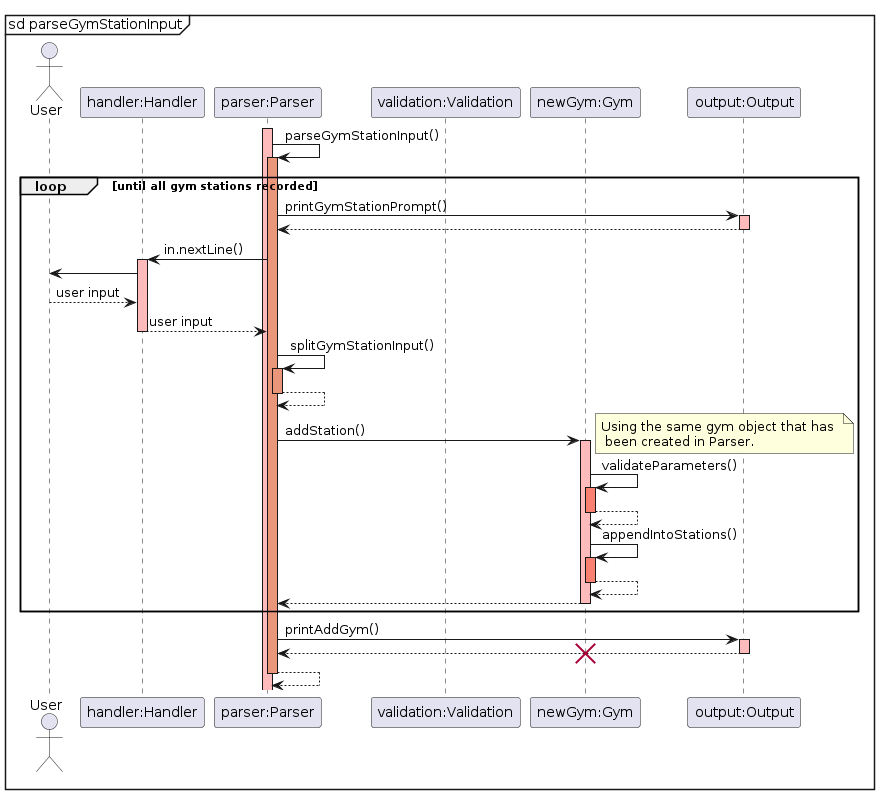
Above: docs/img/sequence_diagrams/gym_station_sequence_diagram.png in rouvinerh/tp (PlantUML), before the change.
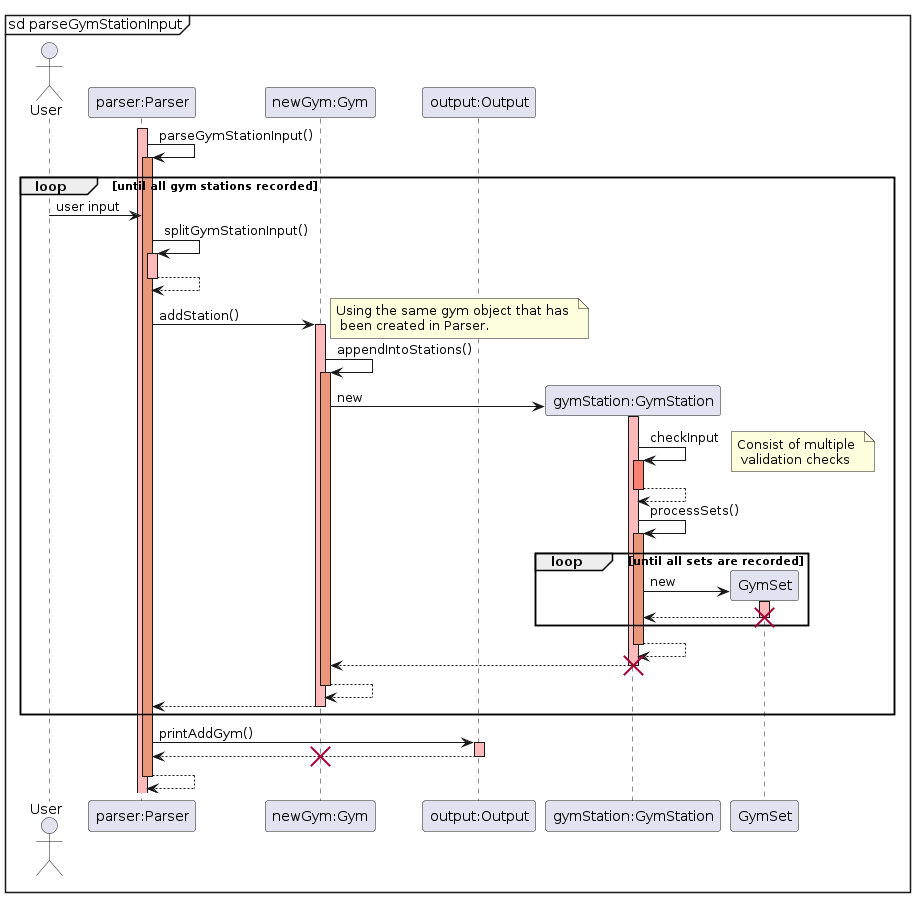
Above is the later version.

Commit message:
touch up sequence diagram

The edit, as a diff of the source:
```diff
@@ -1,29 +1,20 @@
 @startuml
 mainframe sd parseGymStationInput
 actor User
-participant "handler:Handler" as Handler
 participant "parser:Parser" as Parser
-participant "validation:Validation" as Validation
 participant "newGym:Gym" as Gym
 participant "output:Output" as Output
+participant "gymStation:GymStation" as GymStation
 
 activate Parser  #FFBBBB
+
 Parser -> Parser : parseGymStationInput()
     activate Parser #DarkSalmon
         loop until all gym stations recorded
-            Parser -> Output : printGymStationPrompt()
-            activate Output #FFBBBB
-            Output --> Parser :
-            deactivate Output #DarkSalmon
 
-            Parser -> Handler: in.nextLine()
-            activate Handler #FFBBBB
-            Handler -> User:
-            User --> Handler: user input
-            Handler --> Parser: user input
-            deactivate Handler #FFBBBB
+            User -> Parser: user input
             Parser -> Parser: splitGymStationInput()
-            activate Parser #DarkSalmon
+            activate Parser #FFBBBB
             Parser --> Parser:
 
             deactivate Parser #DarkSalmon
@@ -33,15 +24,40 @@
 
             activate Gym #FFBBBB
 
-            Gym -> Gym: validateParameters()
-            activate Gym #Salmon
-            Gym --> Gym:
-            deactivate Gym #Salmon
+            Gym -> Gym : appendIntoStations()
+            activate Gym #DarkSalmon
+                Gym -> GymStation **: new
+                activate GymStation #FFBBBB
 
-            Gym -> Gym : appendIntoStations()
-            activate Gym #Salmon
+                GymStation -> GymStation: checkInput
+                note right: Consist of multiple \n validation checks
+                activate GymStation #Salmon
+                GymStation --> GymStation:
+                deactivate GymStation #Salmon
+
+                GymStation -> GymStation : processSets()
+                activate GymStation #DarkSalmon
+
+                    loop until all sets are recorded
+                        GymStation -> GymSet **: new
+                        activate GymSet #FFBBBB
+                        GymSet --> GymStation:
+                        deactivate GymSet #FFBBBB
+                        destroy GymSet
+
+                    end
+
+
+                GymStation --> GymStation
+                deactivate GymStation #DarkSalmon
+
+
+                GymStation --> Gym:
+                deactivate GymStation #FFBBBB
+                destroy GymStation
+
             Gym --> Gym :
-            deactivate Gym #Salmon
+            deactivate Gym #DarkSalmon
             Gym --> Parser:
             deactivate Gym #FFBBBB
         end
```
